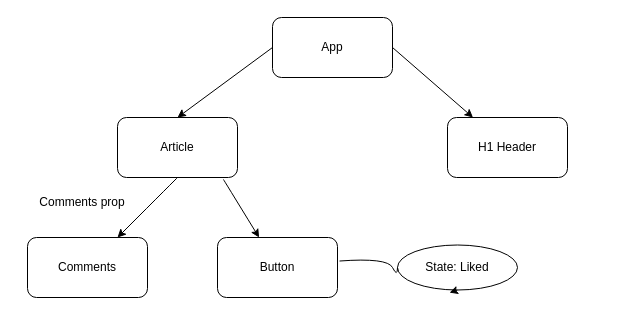
The draw.io diagram reactplan.dio in SchoolOfCode/w10_recap-tasks-ajp64, before the edit. Source tidied: cells renumbered, new cells numbered last; positions are measured from the earlier drawing's top-left corner, leaving out a move shared by most shapes. Both pictures are drawn from the tidied source at 100%, with x=0, y=0 at pixel (17, 17).
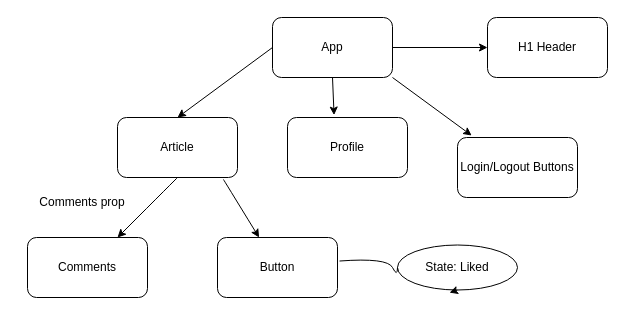
Above is the later version.

Unchanged cells that the change refers to:
```xml
<mxCell id="4" value="App" style="rounded=1;whiteSpace=wrap;html=1;" parent="1" vertex="1">
  <mxGeometry x="255" width="120" height="60" as="geometry" />
</mxCell>
```

What changed in the source:
```diff
@@
     <mxCell id="5" value="H1 Header" style="rounded=1;whiteSpace=wrap;html=1;" parent="1" vertex="1">
-      <mxGeometry x="430" y="100" width="120" height="60" as="geometry" />
+      <mxGeometry x="470" width="120" height="60" as="geometry" />
     </mxCell>
@@
+    <mxCell id="15" value="Login/Logout Buttons" style="rounded=1;whiteSpace=wrap;html=1;" parent="1" vertex="1">
+      <mxGeometry x="440" y="120" width="120" height="60" as="geometry" />
+    </mxCell>
+    <mxCell id="16" style="edgeStyle=none;html=1;exitX=1;exitY=1;exitDx=0;exitDy=0;entryX=0.118;entryY=-0.033;entryDx=0;entryDy=0;entryPerimeter=0;" parent="1" edge="1" source="4" target="15">
+      <mxGeometry relative="1" as="geometry" />
+    </mxCell>
+    <mxCell id="17" value="Profile" style="rounded=1;whiteSpace=wrap;html=1;" parent="1" vertex="1">
+      <mxGeometry x="270" y="100" width="120" height="60" as="geometry" />
+    </mxCell>
+    <mxCell id="18" style="edgeStyle=none;html=1;exitX=0.5;exitY=1;exitDx=0;exitDy=0;entryX=0.388;entryY=-0.04;entryDx=0;entryDy=0;entryPerimeter=0;" parent="1" edge="1" source="4" target="17">
+      <mxGeometry relative="1" as="geometry" />
+    </mxCell>
```
